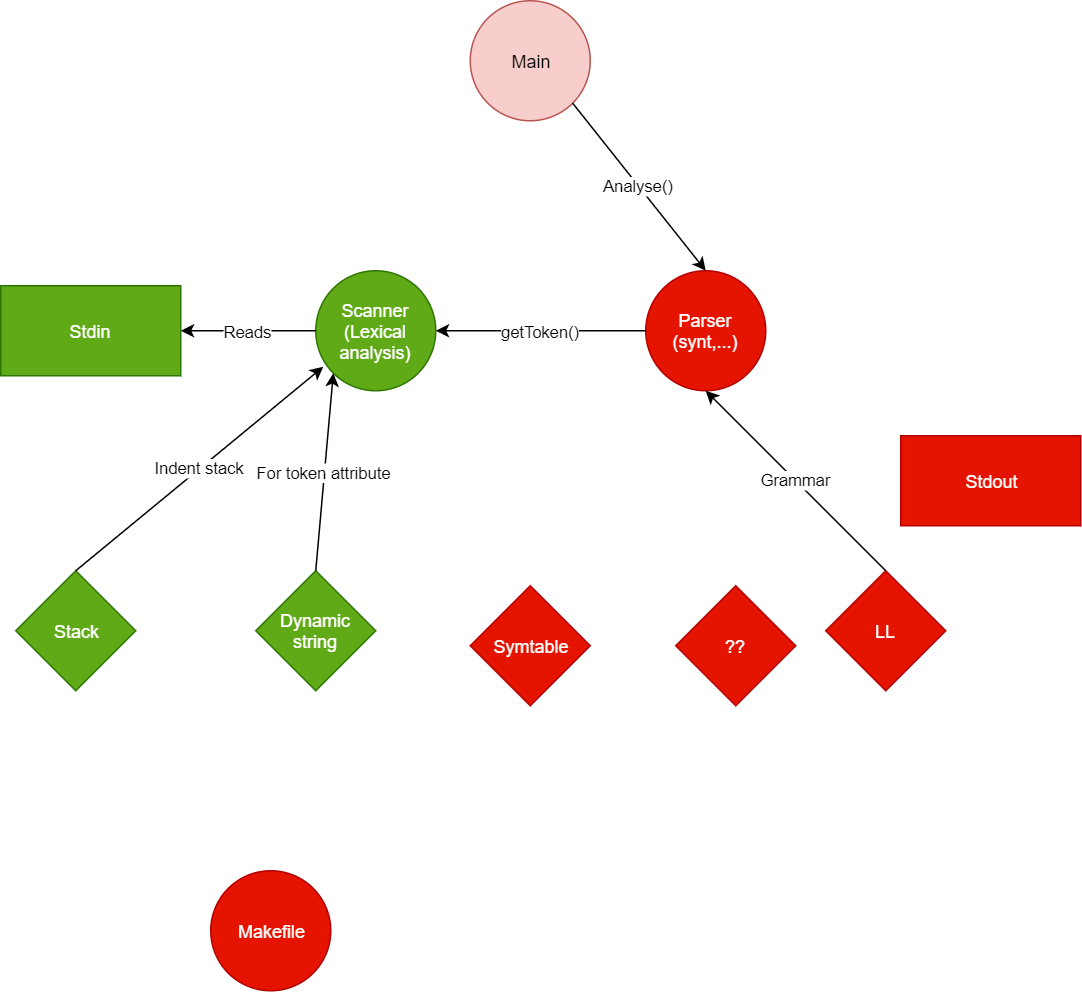
This is Map.PNG from Jetlebovec/IFJ_2019_JJJJ, a draw.io export, as it was before one commit. Source tidied: cells renumbered, new cells last; positions are measured from the earlier drawing's top-left corner, leaving out a move shared by most shapes.
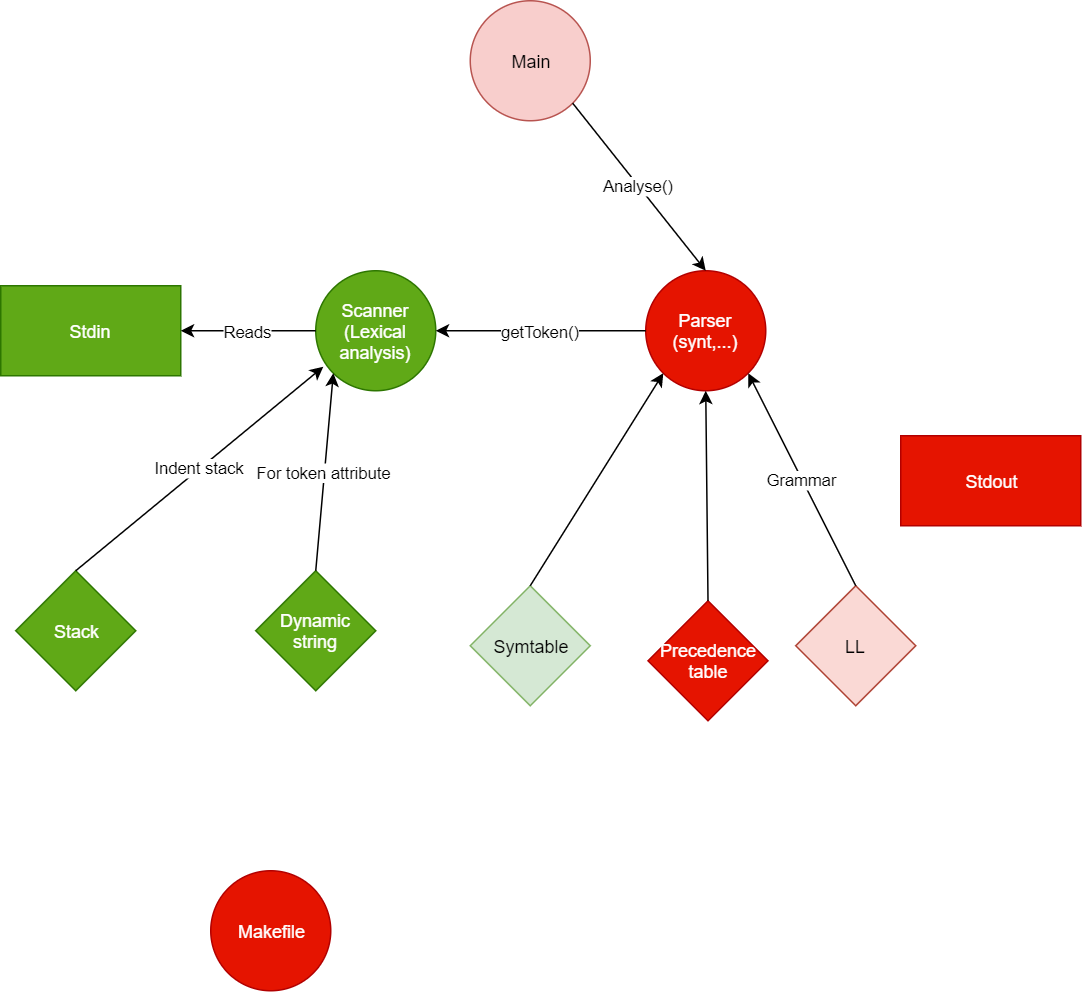
Later version of the same file.

Commit message:
Symtable implementation

The edit, as a diff of the source:
```diff
@@ -29,7 +29,7 @@
     <mxCell id="10" value="For token attribute" style="endArrow=classic;html=1;entryX=0;entryY=1;entryDx=0;entryDy=0;exitX=0.5;exitY=0;exitDx=0;exitDy=0;" parent="1" edge="1" source="9" target="3">
       <mxGeometry relative="1" as="geometry" />
     </mxCell>
-    <mxCell id="11" value="Symtable" style="rhombus;whiteSpace=wrap;html=1;fillColor=#e51400;strokeColor=#B20000;fontColor=#ffffff;" parent="1" vertex="1">
+    <mxCell id="11" value="Symtable" style="rhombus;whiteSpace=wrap;html=1;fillColor=#d5e8d4;strokeColor=#82b366;" parent="1" vertex="1">
       <mxGeometry x="313" y="390" width="80" height="80" as="geometry" />
     </mxCell>
     <mxCell id="12" value="Stack" style="rhombus;whiteSpace=wrap;html=1;fillColor=#60a917;strokeColor=#2D7600;fontColor=#ffffff;" parent="1" vertex="1">
@@ -41,17 +41,23 @@
     <mxCell id="14" value="Makefile" style="ellipse;whiteSpace=wrap;html=1;fillColor=#e51400;strokeColor=#B20000;fontColor=#ffffff;" parent="1" vertex="1">
       <mxGeometry x="140" y="580" width="80" height="80" as="geometry" />
     </mxCell>
-    <mxCell id="15" value="??" style="rhombus;whiteSpace=wrap;html=1;fillColor=#e51400;strokeColor=#B20000;fontColor=#ffffff;" parent="1" vertex="1">
-      <mxGeometry x="450" y="390" width="80" height="80" as="geometry" />
+    <mxCell id="15" value="Precedence table" style="rhombus;whiteSpace=wrap;html=1;fillColor=#e51400;strokeColor=#B20000;fontColor=#ffffff;" parent="1" vertex="1">
+      <mxGeometry x="431.5" y="400" width="80" height="80" as="geometry" />
     </mxCell>
     <mxCell id="16" value="Stdout" style="rounded=0;whiteSpace=wrap;html=1;fillColor=#e51400;strokeColor=#B20000;fontColor=#ffffff;" parent="1" vertex="1">
       <mxGeometry x="600" y="290" width="120" height="60" as="geometry" />
     </mxCell>
-    <mxCell id="17" value="LL" style="rhombus;whiteSpace=wrap;html=1;fillColor=#e51400;strokeColor=#B20000;fontColor=#ffffff;" parent="1" vertex="1">
-      <mxGeometry x="550" y="380" width="80" height="80" as="geometry" />
+    <mxCell id="17" value="LL" style="rhombus;whiteSpace=wrap;html=1;fillColor=#fad9d5;strokeColor=#ae4132;" parent="1" vertex="1">
+      <mxGeometry x="530" y="390" width="80" height="80" as="geometry" />
     </mxCell>
-    <mxCell id="18" value="Grammar" style="endArrow=classic;html=1;entryX=0.5;entryY=1;entryDx=0;entryDy=0;exitX=0.5;exitY=0;exitDx=0;exitDy=0;" parent="1" edge="1" source="17" target="4">
+    <mxCell id="18" value="Grammar" style="endArrow=classic;html=1;entryX=1;entryY=1;entryDx=0;entryDy=0;exitX=0.5;exitY=0;exitDx=0;exitDy=0;" parent="1" edge="1" source="17" target="4">
       <mxGeometry relative="1" as="geometry" />
     </mxCell>
+    <mxCell id="19" style="endArrow=classic;html=1;entryX=0;entryY=1;entryDx=0;entryDy=0;exitX=0.5;exitY=0;exitDx=0;exitDy=0;" parent="1" edge="1" source="11" target="4">
+      <mxGeometry relative="1" as="geometry" />
+    </mxCell>
+    <mxCell id="20" style="endArrow=classic;html=1;entryX=0.5;entryY=1;entryDx=0;entryDy=0;exitX=0.5;exitY=0;exitDx=0;exitDy=0;" parent="1" edge="1" source="15" target="4">
+      <mxGeometry relative="1" as="geometry" />
+    </mxCell>
   </root>
 </mxGraphModel>
```
